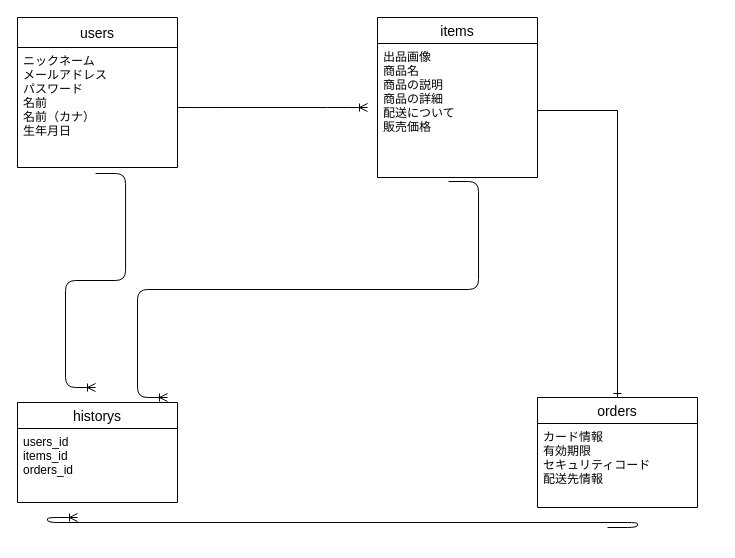
Above: test.dio in KamiyamaShun/furima-33941 (draw.io), before the change. Source tidied: cells renumbered, new cells numbered last; positions are measured from the earlier drawing's top-left corner, leaving out a move shared by most shapes. Both pictures are drawn from the tidied source at 100%, with x=0, y=0 at pixel (17, 17).
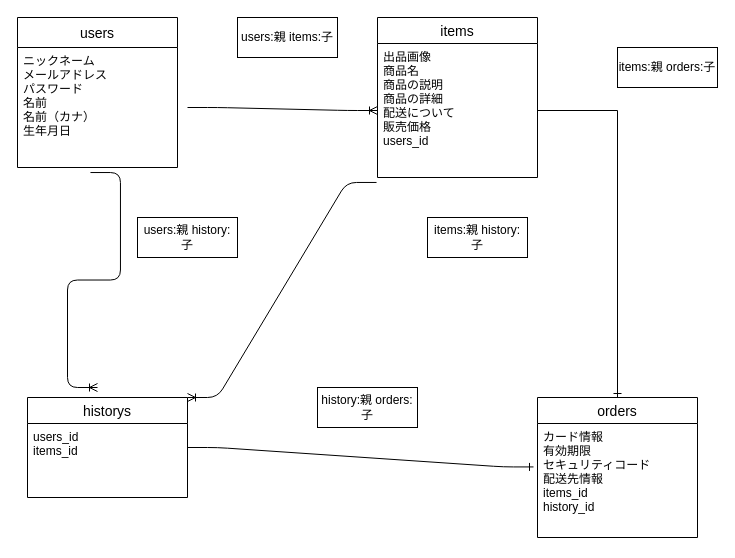
The same diagram, later.

The change refers to these unchanged cells:
```xml
<mxCell id="3" value="items" style="swimlane;fontStyle=0;horizontal=1;startSize=26;align=center;fontSize=14;" parent="1" vertex="1">
  <mxGeometry x="360" width="160" height="160" as="geometry" />
</mxCell>
<mxCell id="7" value="ニックネーム&#10;メールアドレス&#10;パスワード&#10;名前&#10;名前（カナ）&#10;生年月日&#10;" style="text;strokeColor=none;fillColor=none;spacingLeft=4;spacingRight=4;overflow=hidden;points=[[0,0.5],[1,0.5]];portConstraint=eastwest;fontSize=12;" parent="1" vertex="1">
  <mxGeometry y="30" width="160" height="120" as="geometry" />
</mxCell>
```

What changed in the source:
```diff
@@
-    <mxCell id="4" value="出品画像&#10;商品名&#10;商品の説明&#10;商品の詳細&#10;配送について&#10;販売価格" style="text;strokeColor=none;fillColor=none;spacingLeft=4;spacingRight=4;overflow=hidden;points=[[0,0.5],[1,0.5]];portConstraint=eastwest;fontSize=12;" parent="3" vertex="1">
+    <mxCell id="4" value="出品画像&#10;商品名&#10;商品の説明&#10;商品の詳細&#10;配送について&#10;販売価格&#10;users_id" style="text;strokeColor=none;fillColor=none;spacingLeft=4;spacingRight=4;overflow=hidden;points=[[0,0.5],[1,0.5]];portConstraint=eastwest;fontSize=12;" parent="3" vertex="1">
       <mxGeometry y="26" width="160" height="134" as="geometry" />
     </mxCell>
     <mxCell id="5" value="orders" style="swimlane;fontStyle=0;horizontal=1;startSize=26;align=center;fontSize=14;" parent="1" vertex="1">
-      <mxGeometry x="520" y="380" width="160" height="110" as="geometry" />
+      <mxGeometry x="520" y="380" width="160" height="140" as="geometry" />
     </mxCell>
-    <mxCell id="6" value="カード情報&#10;有効期限&#10;セキュリティコード&#10;配送先情報&#10;" style="text;strokeColor=none;fillColor=none;spacingLeft=4;spacingRight=4;overflow=hidden;points=[[0,0.5],[1,0.5]];portConstraint=eastwest;fontSize=12;" parent="5" vertex="1">
-      <mxGeometry y="26" width="160" height="84" as="geometry" />
+    <mxCell id="6" value="カード情報&#10;有効期限&#10;セキュリティコード&#10;配送先情報&#10;items_id&#10;history_id&#10;&#10;" style="text;strokeColor=none;fillColor=none;spacingLeft=4;spacingRight=4;overflow=hidden;points=[[0,0.5],[1,0.5]];portConstraint=eastwest;fontSize=12;" parent="5" vertex="1">
+      <mxGeometry y="26" width="160" height="114" as="geometry" />
     </mxCell>
@@
-    <mxCell id="8" style="edgeStyle=entityRelationEdgeStyle;fontSize=12;html=1;endArrow=ERoneToMany;" parent="1" edge="1">
-      <mxGeometry relative="1" as="geometry">
-        <mxPoint x="160" y="90" as="sourcePoint" />
-        <mxPoint x="350" y="90" as="targetPoint" />
-      </mxGeometry>
-    </mxCell>
@@
     <mxCell id="10" value="historys" style="swimlane;fontStyle=0;horizontal=1;startSize=26;align=center;fontSize=14;" parent="1" vertex="1">
-      <mxGeometry y="385" width="160" height="100" as="geometry" />
+      <mxGeometry x="10" y="380" width="160" height="100" as="geometry" />
     </mxCell>
-    <mxCell id="11" value="users_id&#10;items_id&#10;orders_id" style="text;strokeColor=none;fillColor=none;spacingLeft=4;spacingRight=4;overflow=hidden;fontSize=12;" parent="10" vertex="1">
+    <mxCell id="11" value="users_id&#10;items_id" style="text;strokeColor=none;fillColor=none;spacingLeft=4;spacingRight=4;overflow=hidden;fontSize=12;" parent="10" vertex="1">
       <mxGeometry y="26" width="160" height="74" as="geometry" />
     </mxCell>
-    <mxCell id="12" style="edgeStyle=entityRelationEdgeStyle;fontSize=12;html=1;endArrow=ERoneToMany;exitX=0.488;exitY=1.05;exitDx=0;exitDy=0;exitPerimeter=0;" parent="1" edge="1" source="7">
-      <mxGeometry relative="1" as="geometry">
-        <mxPoint x="78" y="370" as="targetPoint" />
-      </mxGeometry>
-    </mxCell>
-    <mxCell id="13" style="edgeStyle=entityRelationEdgeStyle;fontSize=12;html=1;endArrow=ERoneToMany;" parent="1" edge="1">
-      <mxGeometry relative="1" as="geometry">
-        <mxPoint x="590" y="510" as="sourcePoint" />
-        <mxPoint x="60" y="500" as="targetPoint" />
-      </mxGeometry>
-    </mxCell>
-    <mxCell id="14" style="edgeStyle=entityRelationEdgeStyle;fontSize=12;html=1;endArrow=ERoneToMany;exitX=0.444;exitY=1.03;exitDx=0;exitDy=0;exitPerimeter=0;" parent="1" edge="1" source="4">
-      <mxGeometry relative="1" as="geometry">
-        <mxPoint x="150" y="380" as="targetPoint" />
-      </mxGeometry>
-    </mxCell>
+    <mxCell id="15" value="users:親 items:子" style="whiteSpace=wrap;html=1;align=center;" parent="1" vertex="1">
+      <mxGeometry x="220" width="100" height="40" as="geometry" />
+    </mxCell>
+    <mxCell id="16" value="items:親 orders:子" style="whiteSpace=wrap;html=1;align=center;" parent="1" vertex="1">
+      <mxGeometry x="600" y="30" width="100" height="40" as="geometry" />
+    </mxCell>
+    <mxCell id="17" style="edgeStyle=entityRelationEdgeStyle;fontSize=12;html=1;endArrow=ERoneToMany;entryX=0;entryY=0.5;entryDx=0;entryDy=0;" parent="1" edge="1" target="4">
+      <mxGeometry relative="1" as="geometry">
+        <mxPoint x="170" y="90" as="sourcePoint" />
+      </mxGeometry>
+    </mxCell>
+    <mxCell id="18" value="items:親 history:子" style="whiteSpace=wrap;html=1;align=center;" parent="1" vertex="1">
+      <mxGeometry x="410" y="200" width="100" height="40" as="geometry" />
+    </mxCell>
+    <mxCell id="19" style="edgeStyle=entityRelationEdgeStyle;fontSize=12;html=1;endArrow=ERoneToMany;exitX=-0.006;exitY=1.037;exitDx=0;exitDy=0;exitPerimeter=0;entryX=1;entryY=0;entryDx=0;entryDy=0;" parent="1" edge="1" source="4" target="10">
+      <mxGeometry relative="1" as="geometry" />
+    </mxCell>
+    <mxCell id="20" style="edgeStyle=entityRelationEdgeStyle;fontSize=12;html=1;endArrow=ERoneToMany;exitX=0.456;exitY=1.042;exitDx=0;exitDy=0;exitPerimeter=0;" parent="1" edge="1" source="7">
+      <mxGeometry relative="1" as="geometry">
+        <mxPoint x="80" y="370" as="targetPoint" />
+      </mxGeometry>
+    </mxCell>
+    <mxCell id="21" value="users:親 history:子" style="whiteSpace=wrap;html=1;align=center;" parent="1" vertex="1">
+      <mxGeometry x="120" y="200" width="100" height="40" as="geometry" />
+    </mxCell>
+    <mxCell id="22" style="edgeStyle=entityRelationEdgeStyle;fontSize=12;html=1;endArrow=ERone;endFill=1;entryX=-0.025;entryY=0.381;entryDx=0;entryDy=0;entryPerimeter=0;" parent="1" edge="1" target="6">
+      <mxGeometry relative="1" as="geometry">
+        <mxPoint x="170" y="430" as="sourcePoint" />
+      </mxGeometry>
+    </mxCell>
+    <mxCell id="23" value="history:親 orders:子" style="whiteSpace=wrap;html=1;align=center;" parent="1" vertex="1">
+      <mxGeometry x="300" y="370" width="100" height="40" as="geometry" />
+    </mxCell>
```
